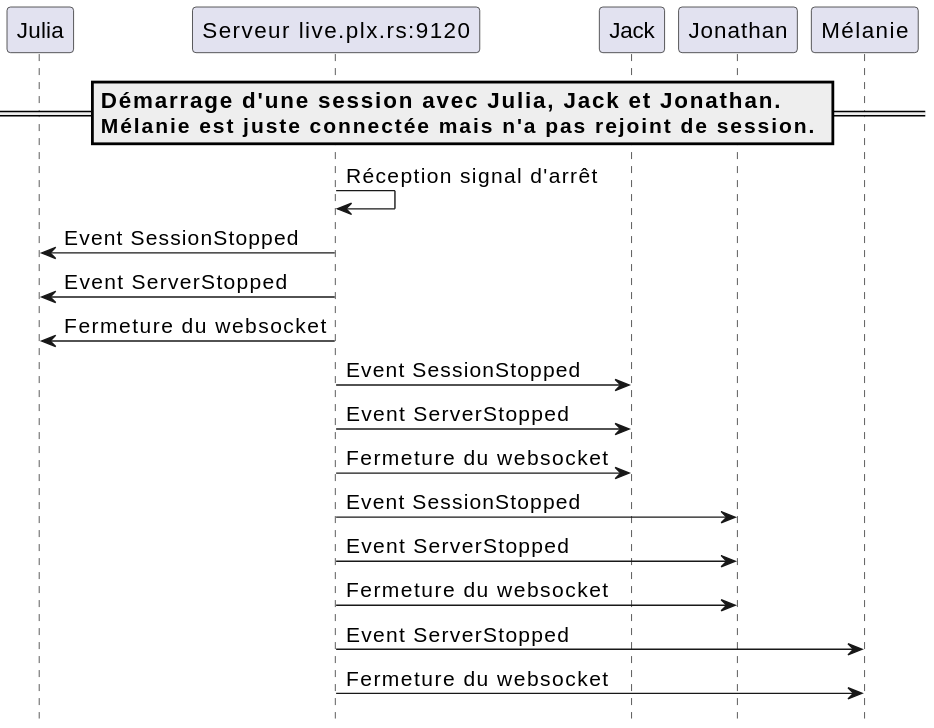
The PlantUML diagram report/protocol/diagrams/shutdown.svg in samuelroland/tb-docs, before a commit.
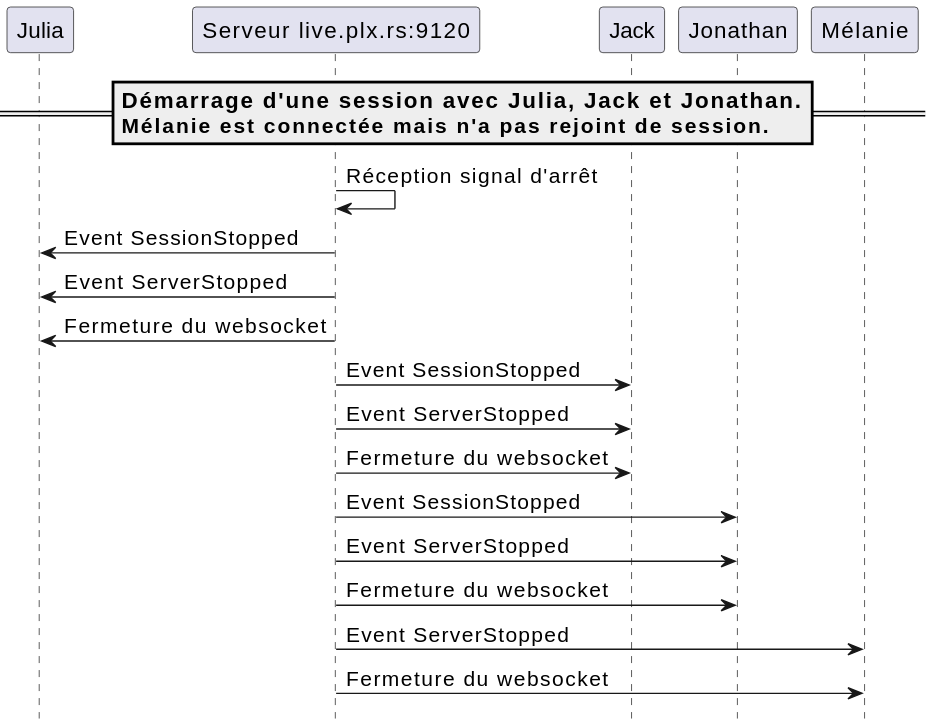
After the change.

Change to the diagram source:
```diff
@@ -9,7 +9,7 @@
 participant "Mélanie" as c3
 skinparam defaultFontSize 15
 
-===== Démarrage d'une session avec Julia, Jack et Jonathan.\nMélanie est juste connectée mais n'a pas rejoint de session. ==
+===== Démarrage d'une session avec Julia, Jack et Jonathan.\nMélanie est connectée mais n'a pas rejoint de session. ==
 server -> server: Réception signal d'arrêt
 server -> c1: Event SessionStopped
 server -> c1: Event ServerStopped
```
